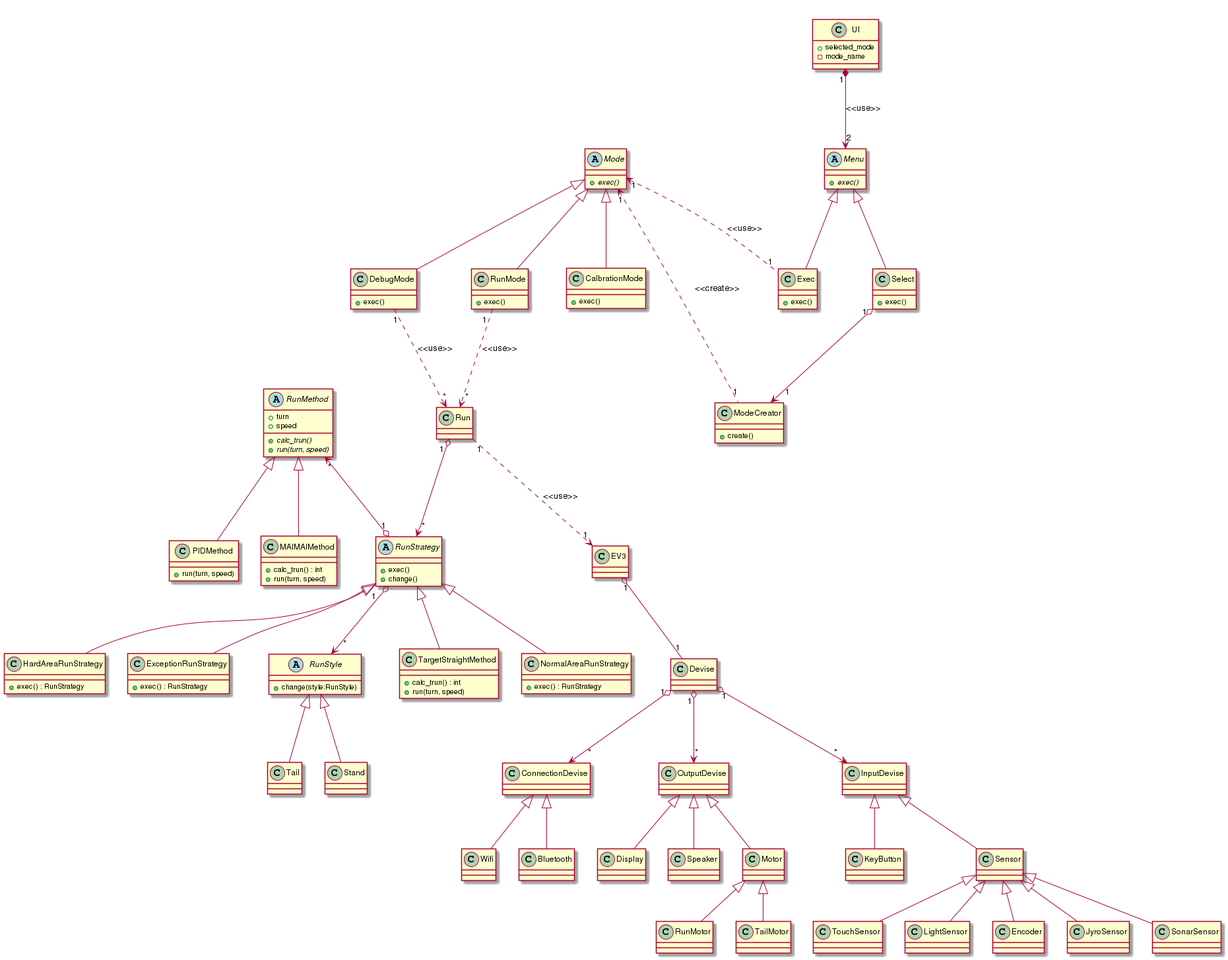
This is diagram/class/concept/class.png from SLP-KBIT/ETR2015, a PlantUML export, as it was before one commit.
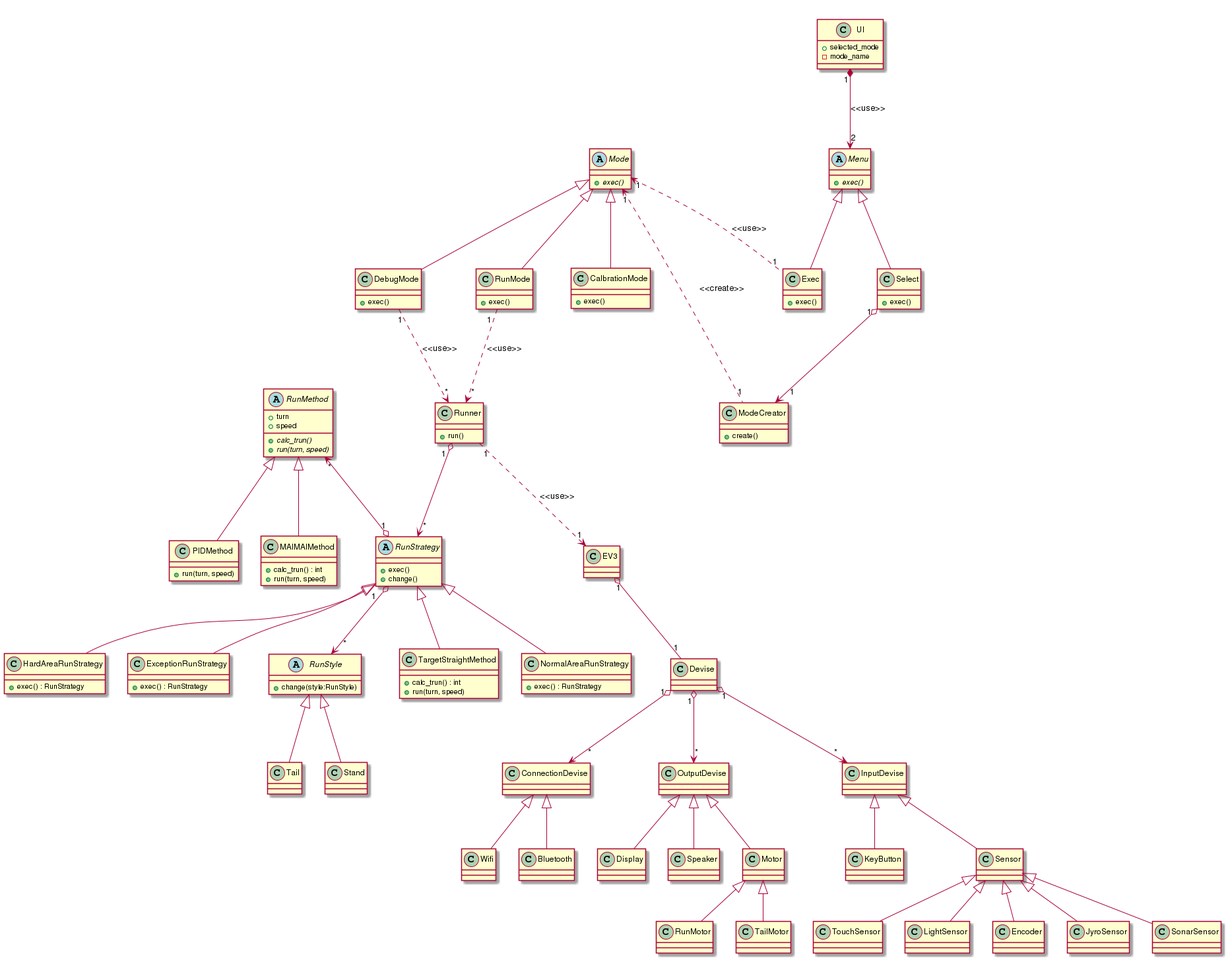
The same diagram one commit later.

Commit message:
(maxmellon:class:concept) refs #40 クラス名変更

The edit, as a diff of the source:
```diff
@@ -67,10 +67,10 @@
   +exec() : RunStrategy
 }
 
-RunMode   "1" ..> "*" Run : <<use>>
-DebugMode "1" ..> "*" Run : <<use>>
+RunMode   "1" ..> "*" Runner : <<use>>
+DebugMode "1" ..> "*" Runner : <<use>>
 
-Run "1" o--> "*" RunStrategy
+Runner "1" o--> "*" RunStrategy
 RunStrategy "1" o-left-> "*" RunMethod
 RunStrategy "1" o--> "*" RunStyle
 
@@ -79,7 +79,8 @@
 RunStrategy <|-- ExceptionRunStrategy
 RunStrategy <|-- TargetStraightMethod
 
-class Run {
+class Runner {
+  +run()
 }
 
 abstract RunMethod {
@@ -113,7 +114,7 @@
 RunStyle <|-- Stand
 RunStyle <|-- Tail
 
-Run "1"..> "1" EV3 : <<use>>
+Runner "1"..> "1" EV3 : <<use>>
 EV3 "1" o-- "1" Devise
 Devise "1" o--> "*" OutputDevise
 Devise "1" o--> "*" InputDevise
```
